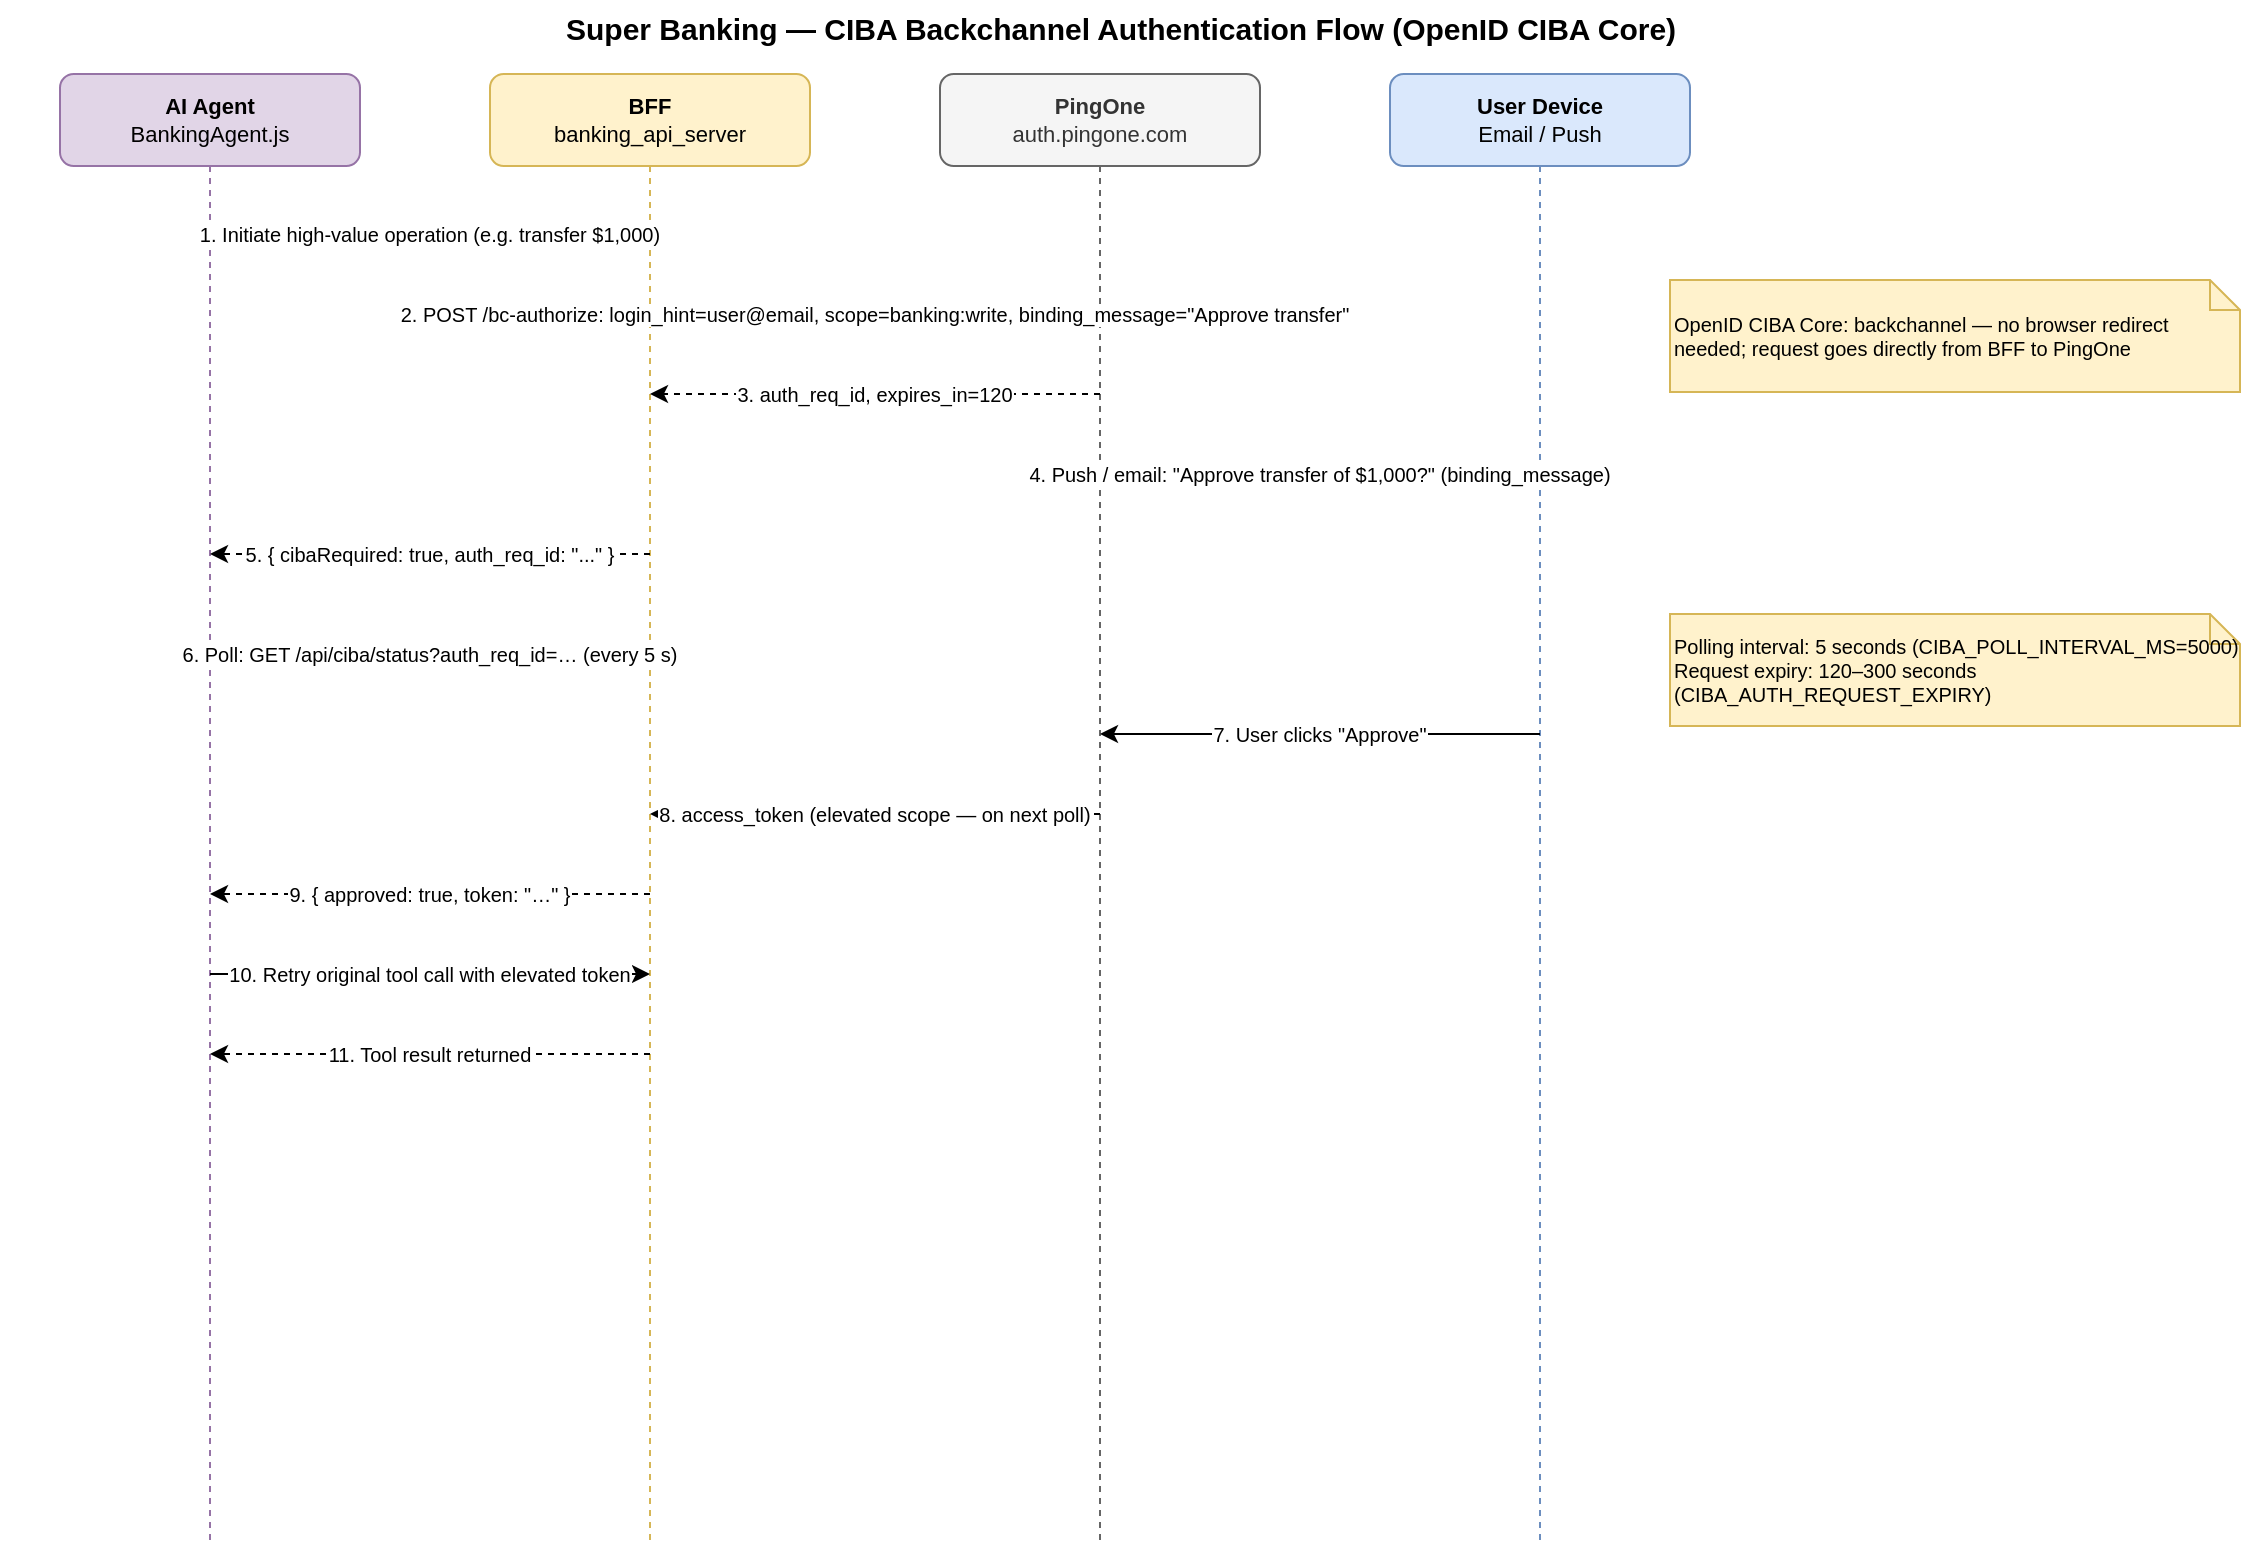
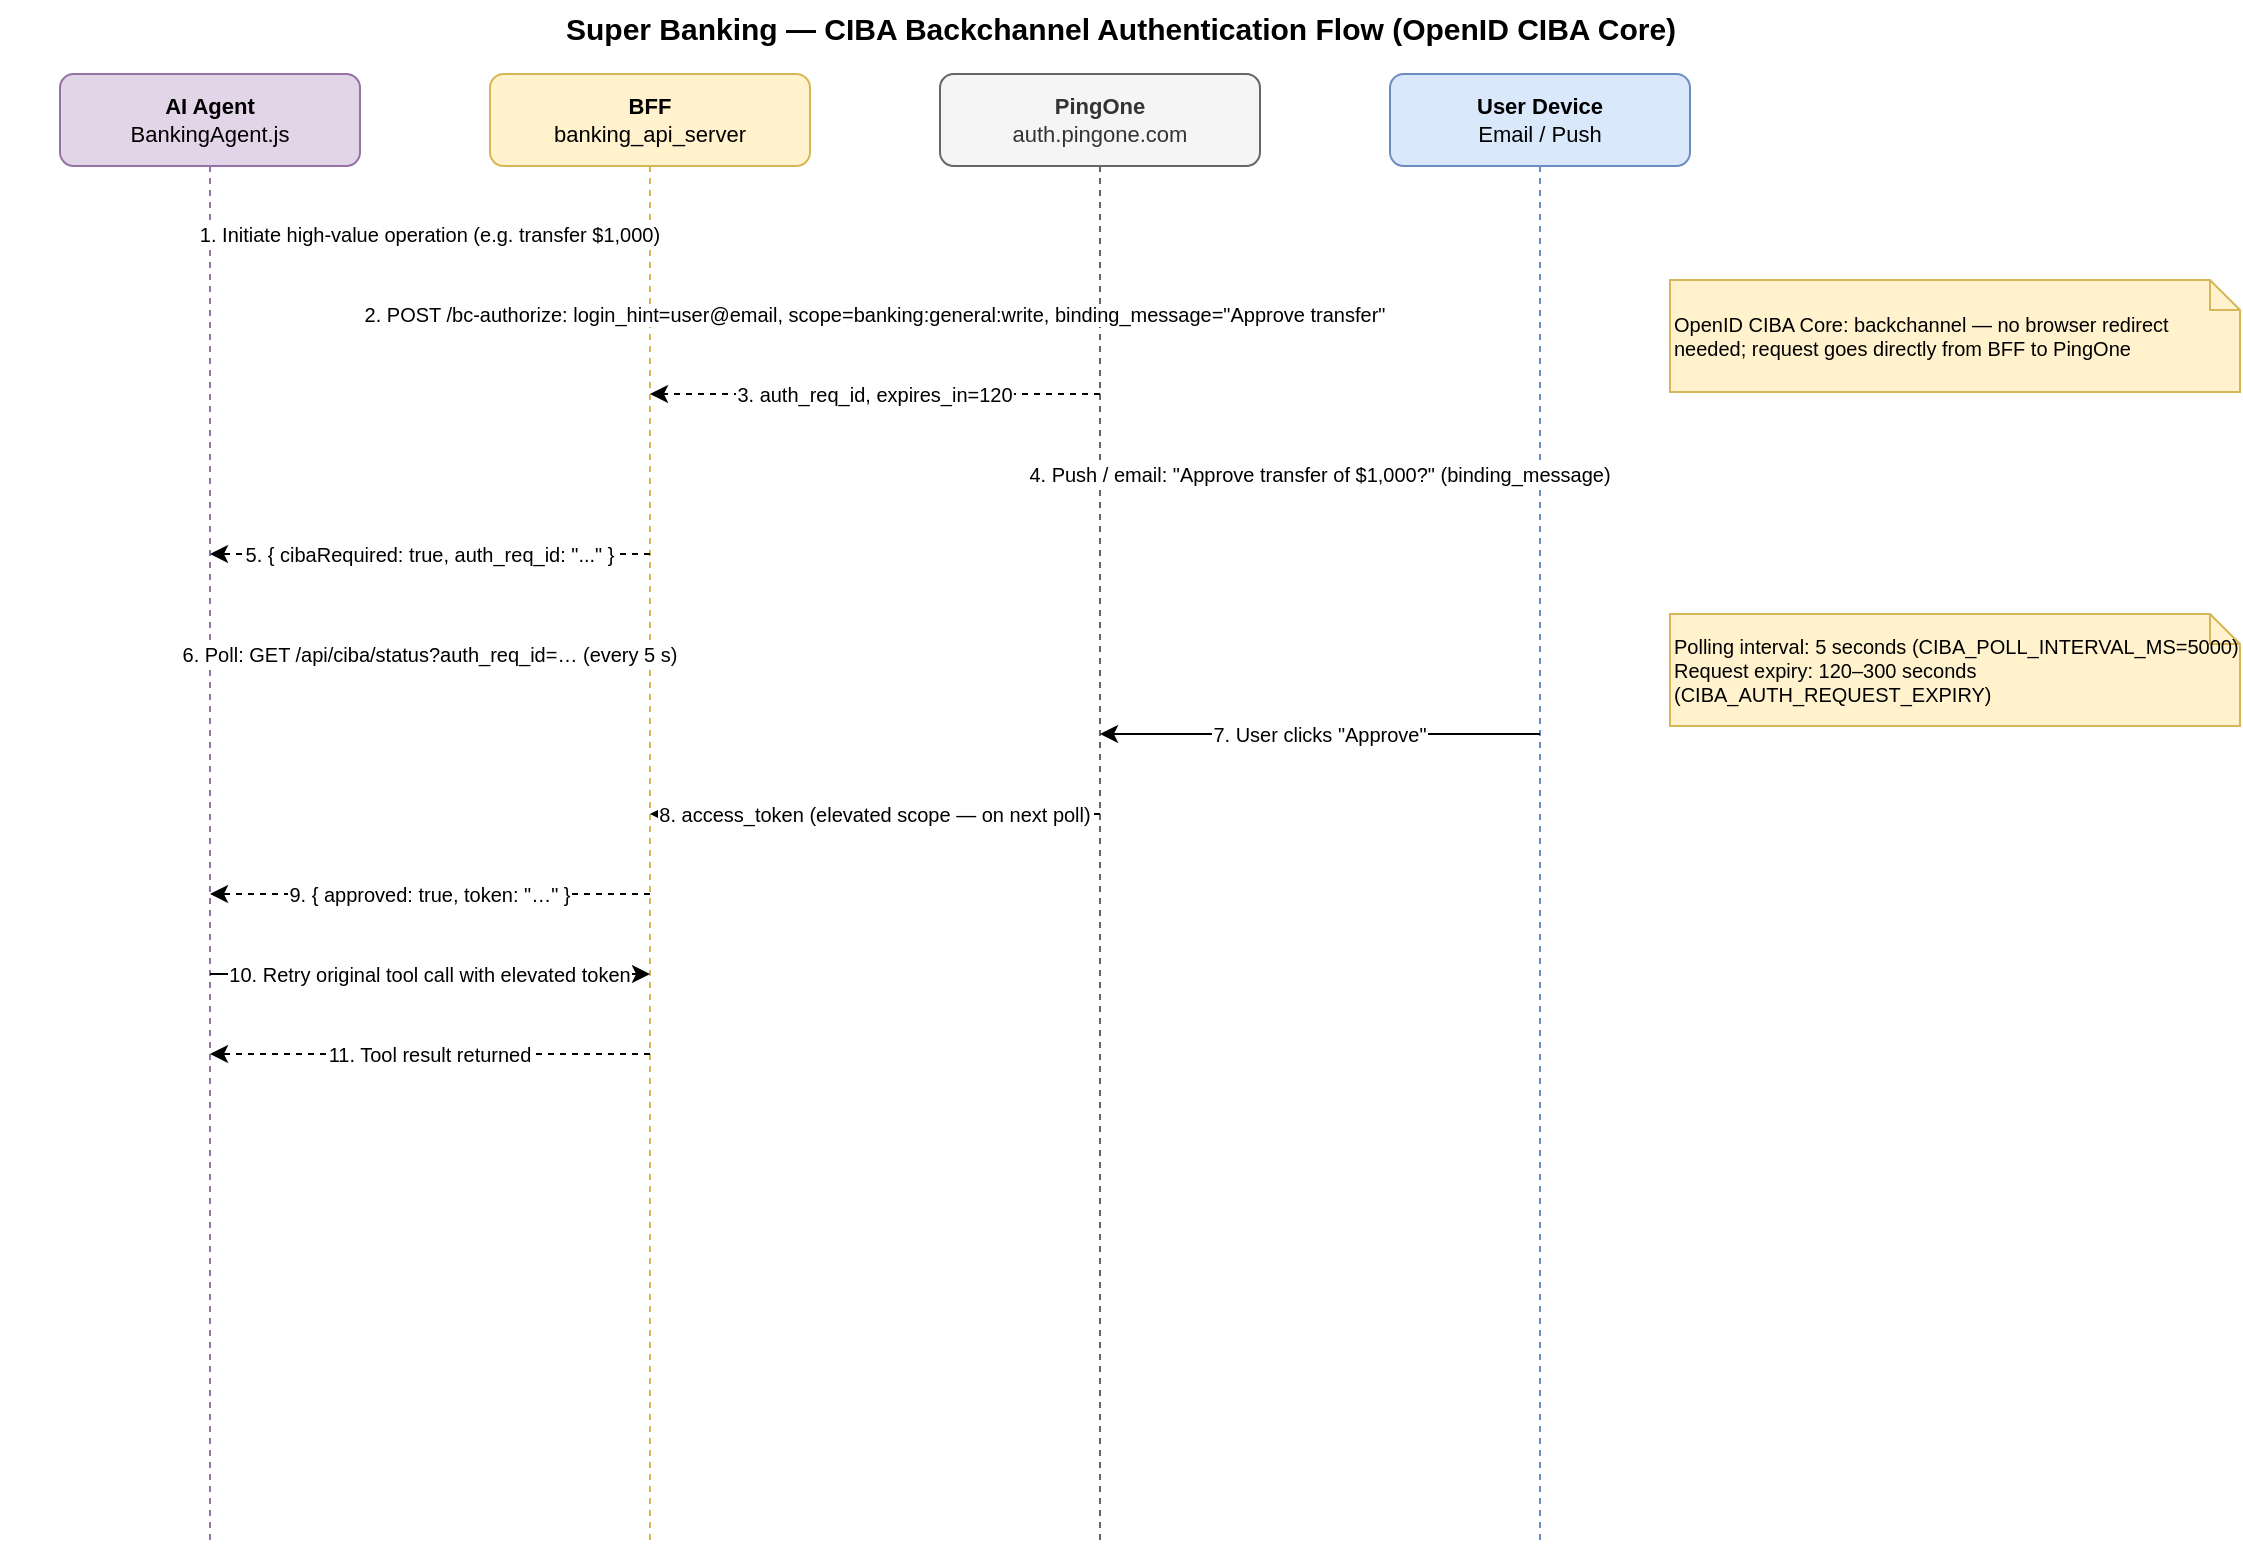
<mxfile host="app.diagrams.net" version="21.0.0">
  <diagram name="CIBA Backchannel Auth Flow" id="ciba-flow-01">
    <mxGraphModel dx="1422" dy="762" grid="1" gridSize="10" guides="1" tooltips="1" connect="1" arrows="1" fold="1" page="1" pageScale="1" pageWidth="1169" pageHeight="820" math="0" shadow="0">
      <root>
        <mxCell id="0"/>
        <mxCell id="1" parent="0"/>

        <!-- Title -->
        <mxCell id="title" value="Super Banking — CIBA Backchannel Authentication Flow (OpenID CIBA Core)" style="text;html=1;strokeColor=none;fillColor=none;align=center;verticalAlign=middle;fontSize=15;fontStyle=1;" vertex="1" parent="1">
          <mxGeometry x="20" y="8" width="1120" height="28" as="geometry"/>
        </mxCell>

        <!-- ── Actor header boxes ───────────────────────────────────── -->
        <mxCell id="actor-agent" value="&lt;b&gt;AI Agent&lt;/b&gt;&lt;br&gt;BankingAgent.js" style="rounded=1;whiteSpace=wrap;html=1;fillColor=#e1d5e7;strokeColor=#9673a6;fontSize=11;" vertex="1" parent="1">
          <mxGeometry x="50" y="45" width="150" height="46" as="geometry"/>
        </mxCell>
        <mxCell id="actor-bff" value="&lt;b&gt;BFF&lt;/b&gt;&lt;br&gt;banking_api_server" style="rounded=1;whiteSpace=wrap;html=1;fillColor=#fff2cc;strokeColor=#d6b656;fontSize=11;" vertex="1" parent="1">
          <mxGeometry x="265" y="45" width="160" height="46" as="geometry"/>
        </mxCell>
        <mxCell id="actor-p1" value="&lt;b&gt;PingOne&lt;/b&gt;&lt;br&gt;auth.pingone.com" style="rounded=1;whiteSpace=wrap;html=1;fillColor=#f5f5f5;strokeColor=#666666;fontColor=#333333;fontSize=11;" vertex="1" parent="1">
          <mxGeometry x="490" y="45" width="160" height="46" as="geometry"/>
        </mxCell>
        <mxCell id="actor-device" value="&lt;b&gt;User Device&lt;/b&gt;&lt;br&gt;Email / Push" style="rounded=1;whiteSpace=wrap;html=1;fillColor=#dae8fc;strokeColor=#6c8ebf;fontSize=11;" vertex="1" parent="1">
          <mxGeometry x="715" y="45" width="150" height="46" as="geometry"/>
        </mxCell>

        <!-- ── Lifelines ─────────────────────────────────────────────── -->
        <!-- Agent x=125 -->
        <mxCell id="life-agent" style="endArrow=none;dashed=1;strokeColor=#9673a6;strokeWidth=1;" edge="1" parent="1">
          <mxGeometry relative="1" as="geometry">
            <mxPoint x="125" y="91" as="sourcePoint"/>
            <mxPoint x="125" y="780" as="targetPoint"/>
          </mxGeometry>
        </mxCell>
        <!-- BFF x=345 -->
        <mxCell id="life-bff" style="endArrow=none;dashed=1;strokeColor=#d6b656;strokeWidth=1;" edge="1" parent="1">
          <mxGeometry relative="1" as="geometry">
            <mxPoint x="345" y="91" as="sourcePoint"/>
            <mxPoint x="345" y="780" as="targetPoint"/>
          </mxGeometry>
        </mxCell>
        <!-- PingOne x=570 -->
        <mxCell id="life-p1" style="endArrow=none;dashed=1;strokeColor=#666666;strokeWidth=1;" edge="1" parent="1">
          <mxGeometry relative="1" as="geometry">
            <mxPoint x="570" y="91" as="sourcePoint"/>
            <mxPoint x="570" y="780" as="targetPoint"/>
          </mxGeometry>
        </mxCell>
        <!-- User Device x=790 -->
        <mxCell id="life-device" style="endArrow=none;dashed=1;strokeColor=#6c8ebf;strokeWidth=1;" edge="1" parent="1">
          <mxGeometry relative="1" as="geometry">
            <mxPoint x="790" y="91" as="sourcePoint"/>
            <mxPoint x="790" y="780" as="targetPoint"/>
          </mxGeometry>
        </mxCell>

        <!-- ── Messages ─────────────────────────────────────────────── -->

        <!-- 1: Agent → BFF: Initiate high-value operation -->
        <mxCell id="s1" value="1. Initiate high-value operation (e.g. transfer $1,000)" style="edgeStyle=orthogonalEdgeStyle;rounded=0;fontSize=10;labelBackgroundColor=#ffffff;" edge="1" parent="1">
          <mxGeometry relative="1" as="geometry">
            <mxPoint x="125" y="125" as="sourcePoint"/>
            <mxPoint x="345" y="125" as="targetPoint"/>
          </mxGeometry>
        </mxCell>

        <!-- 2: BFF → PingOne: POST /bc-authorize -->
-         <mxCell id="s2" value="2. POST /bc-authorize: login_hint=user@email, scope=banking:write, binding_message=&quot;Approve transfer&quot;" style="edgeStyle=orthogonalEdgeStyle;rounded=0;fontSize=10;labelBackgroundColor=#ffffff;" edge="1" parent="1">
+         <mxCell id="s2" value="2. POST /bc-authorize: login_hint=user@email, scope=banking:general:write, binding_message=&quot;Approve transfer&quot;" style="edgeStyle=orthogonalEdgeStyle;rounded=0;fontSize=10;labelBackgroundColor=#ffffff;" edge="1" parent="1">
          <mxGeometry relative="1" as="geometry">
            <mxPoint x="345" y="165" as="sourcePoint"/>
            <mxPoint x="570" y="165" as="targetPoint"/>
          </mxGeometry>
        </mxCell>

        <!-- 3: PingOne → BFF: auth_req_id (dashed) -->
        <mxCell id="s3" value="3. auth_req_id, expires_in=120" style="edgeStyle=orthogonalEdgeStyle;rounded=0;fontSize=10;labelBackgroundColor=#ffffff;dashed=1;" edge="1" parent="1">
          <mxGeometry relative="1" as="geometry">
            <mxPoint x="570" y="205" as="sourcePoint"/>
            <mxPoint x="345" y="205" as="targetPoint"/>
          </mxGeometry>
        </mxCell>

        <!-- 4: PingOne → User Device: Push notification -->
        <mxCell id="s4" value="4. Push / email: &quot;Approve transfer of $1,000?&quot; (binding_message)" style="edgeStyle=orthogonalEdgeStyle;rounded=0;fontSize=10;labelBackgroundColor=#ffffff;" edge="1" parent="1">
          <mxGeometry relative="1" as="geometry">
            <mxPoint x="570" y="245" as="sourcePoint"/>
            <mxPoint x="790" y="245" as="targetPoint"/>
          </mxGeometry>
        </mxCell>

        <!-- 5: BFF → Agent: cibaRequired (dashed) -->
        <mxCell id="s5" value="5. { cibaRequired: true, auth_req_id: &quot;...&quot; }" style="edgeStyle=orthogonalEdgeStyle;rounded=0;fontSize=10;labelBackgroundColor=#ffffff;dashed=1;" edge="1" parent="1">
          <mxGeometry relative="1" as="geometry">
            <mxPoint x="345" y="285" as="sourcePoint"/>
            <mxPoint x="125" y="285" as="targetPoint"/>
          </mxGeometry>
        </mxCell>

        <!-- 6: Agent → BFF: Poll status (every 5s) -->
        <mxCell id="s6" value="6. Poll: GET /api/ciba/status?auth_req_id=… (every 5 s)" style="edgeStyle=orthogonalEdgeStyle;rounded=0;fontSize=10;labelBackgroundColor=#ffffff;" edge="1" parent="1">
          <mxGeometry relative="1" as="geometry">
            <mxPoint x="125" y="335" as="sourcePoint"/>
            <mxPoint x="345" y="335" as="targetPoint"/>
          </mxGeometry>
        </mxCell>

        <!-- 7: User Device → PingOne: Approve -->
        <mxCell id="s7" value="7. User clicks &quot;Approve&quot;" style="edgeStyle=orthogonalEdgeStyle;rounded=0;fontSize=10;labelBackgroundColor=#ffffff;" edge="1" parent="1">
          <mxGeometry relative="1" as="geometry">
            <mxPoint x="790" y="375" as="sourcePoint"/>
            <mxPoint x="570" y="375" as="targetPoint"/>
          </mxGeometry>
        </mxCell>

        <!-- 8: PingOne → BFF: access_token (on poll, dashed) -->
        <mxCell id="s8" value="8. access_token (elevated scope — on next poll)" style="edgeStyle=orthogonalEdgeStyle;rounded=0;fontSize=10;labelBackgroundColor=#ffffff;dashed=1;" edge="1" parent="1">
          <mxGeometry relative="1" as="geometry">
            <mxPoint x="570" y="415" as="sourcePoint"/>
            <mxPoint x="345" y="415" as="targetPoint"/>
          </mxGeometry>
        </mxCell>

        <!-- 9: BFF → Agent: approved + token (dashed) -->
        <mxCell id="s9" value="9. { approved: true, token: &quot;…&quot; }" style="edgeStyle=orthogonalEdgeStyle;rounded=0;fontSize=10;labelBackgroundColor=#ffffff;dashed=1;" edge="1" parent="1">
          <mxGeometry relative="1" as="geometry">
            <mxPoint x="345" y="455" as="sourcePoint"/>
            <mxPoint x="125" y="455" as="targetPoint"/>
          </mxGeometry>
        </mxCell>

        <!-- 10: Agent → BFF: Retry with elevated token -->
        <mxCell id="s10" value="10. Retry original tool call with elevated token" style="edgeStyle=orthogonalEdgeStyle;rounded=0;fontSize=10;labelBackgroundColor=#ffffff;" edge="1" parent="1">
          <mxGeometry relative="1" as="geometry">
            <mxPoint x="125" y="495" as="sourcePoint"/>
            <mxPoint x="345" y="495" as="targetPoint"/>
          </mxGeometry>
        </mxCell>

        <!-- 11: BFF → Agent: Tool result (dashed) -->
        <mxCell id="s11" value="11. Tool result returned" style="edgeStyle=orthogonalEdgeStyle;rounded=0;fontSize=10;labelBackgroundColor=#ffffff;dashed=1;" edge="1" parent="1">
          <mxGeometry relative="1" as="geometry">
            <mxPoint x="345" y="535" as="sourcePoint"/>
            <mxPoint x="125" y="535" as="targetPoint"/>
          </mxGeometry>
        </mxCell>

        <!-- ── Annotation boxes ─────────────────────────────────────── -->

        <!-- RFC 9126 / CIBA note (near step 2) -->
        <mxCell id="note1" value="OpenID CIBA Core: backchannel — no browser redirect needed; request goes directly from BFF to PingOne" style="shape=note;whiteSpace=wrap;html=1;backgroundOutline=1;size=15;fillColor=#fff2cc;strokeColor=#d6b656;fontSize=10;align=left;" vertex="1" parent="1">
          <mxGeometry x="855" y="148" width="285" height="56" as="geometry"/>
        </mxCell>

        <!-- Poll interval note (near step 6) -->
        <mxCell id="note2" value="Polling interval: 5 seconds (CIBA_POLL_INTERVAL_MS=5000)&lt;br&gt;Request expiry: 120–300 seconds (CIBA_AUTH_REQUEST_EXPIRY)" style="shape=note;whiteSpace=wrap;html=1;backgroundOutline=1;size=15;fillColor=#fff2cc;strokeColor=#d6b656;fontSize=10;align=left;" vertex="1" parent="1">
          <mxGeometry x="855" y="315" width="285" height="56" as="geometry"/>
        </mxCell>
      </root>
    </mxGraphModel>
  </diagram>
</mxfile>
